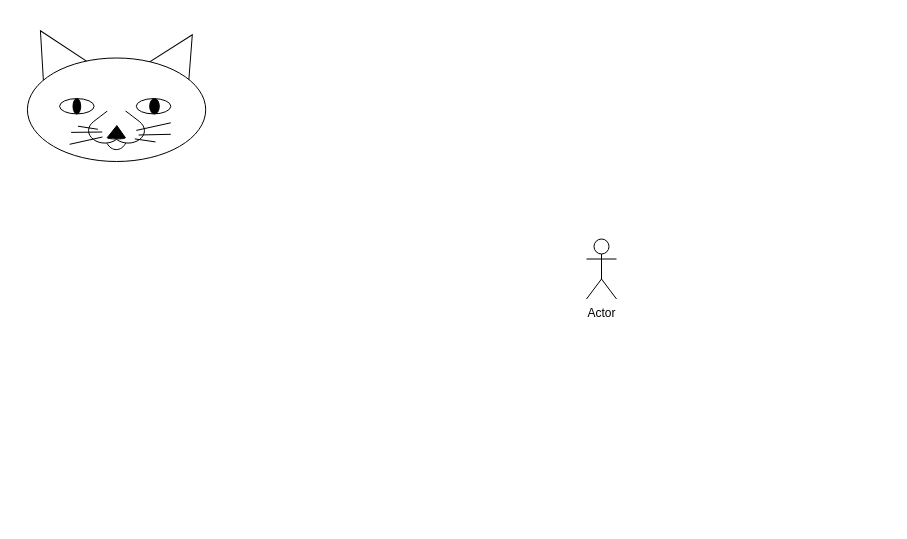
The draw.io diagram cat.drawio in cherju/diagrams, before the edit. Source tidied: cells renumbered, new cells numbered last; positions are measured from the earlier drawing's top-left corner, leaving out a move shared by most shapes. Both pictures are drawn from the tidied source at 100%, with x=0, y=0 at pixel (18, 17).
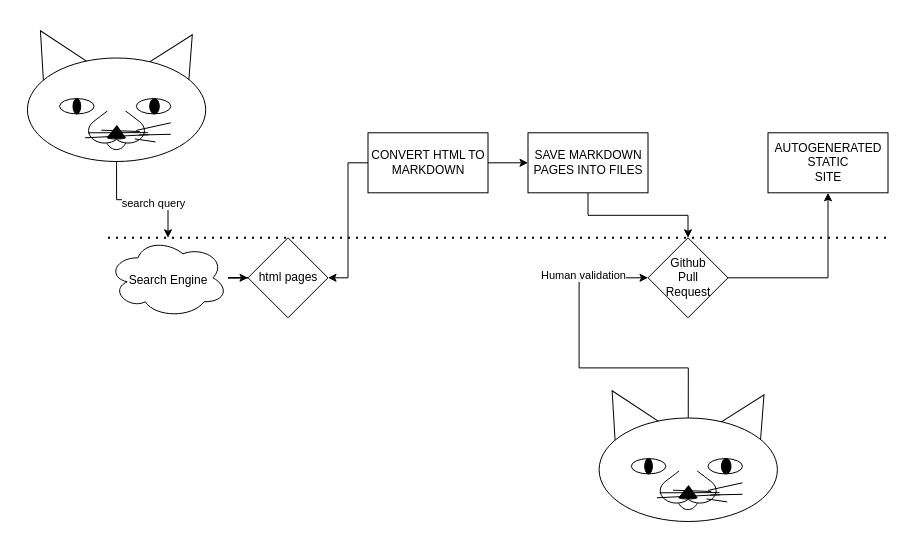
Above is the later version.

Commit message:
Internet parser

The change refers to these unchanged cells:
```xml
<mxCell id="3" style="group;" parent="1" vertex="1">
  <mxGeometry x="-0.5" y="0.3" width="196.5" height="143.7" as="geometry" />
</mxCell>
<mxCell id="6" style="ellipse;whiteSpace=wrap;html=1;" parent="3" vertex="1">
  <mxGeometry x="9.4" y="40.2" width="178.3" height="103.5" as="geometry" />
</mxCell>
```

Diff of the diagram source:
```diff
@@
-    <mxCell id="2" value="Actor" style="shape=umlActor;verticalLabelPosition=bottom;verticalAlign=top;html=1;direction=east;" parent="1" vertex="1">
-      <mxGeometry x="568" y="221.5" width="30" height="60" as="geometry" />
-    </mxCell>
@@
     <mxCell id="18" style="group;flipH=1;flipV=1;rotation=-180;direction=south;" parent="3" vertex="1">
-      <mxGeometry x="53.1" y="95.4" width="19.2" height="34.5" as="geometry" />
+      <mxGeometry x="35.4" y="115.3" width="36.9" height="14.6" as="geometry" />
     </mxCell>
     <mxCell id="19" style="endArrow=none;html=1;rounded=0;" parent="18" edge="1">
       <mxGeometry relative="1" as="geometry">
-        <mxPoint x="31.4" y="23.8" as="sourcePoint" />
-        <mxPoint x="-1.5" y="31.1" as="targetPoint" />
+        <mxPoint x="95.2" y="1.6" as="sourcePoint" />
+        <mxPoint x="31.7" y="4.7" as="targetPoint" />
       </mxGeometry>
     </mxCell>
     <mxCell id="20" style="endArrow=none;html=1;rounded=0;entryX=0.796;entryY=0.741;entryDx=0;entryDy=0;entryPerimeter=0;" parent="18" edge="1">
       <mxGeometry relative="1" as="geometry">
-        <mxPoint x="31.1" y="18.8" as="sourcePoint" />
-        <mxPoint y="19.2" as="targetPoint" />
+        <mxPoint x="94.4" y="-0.5" as="sourcePoint" />
+        <mxPoint x="34.6" y="-0.3" as="targetPoint" />
       </mxGeometry>
     </mxCell>
     <mxCell id="21" style="endArrow=none;html=1;rounded=0;entryX=0.71;entryY=0.815;entryDx=0;entryDy=0;entryPerimeter=0;" parent="18" edge="1">
       <mxGeometry relative="1" as="geometry">
-        <mxPoint x="26.8" y="16.1" as="sourcePoint" />
-        <mxPoint x="6.9" y="13" as="targetPoint" />
+        <mxPoint x="86.3" y="-1.6" as="sourcePoint" />
+        <mxPoint x="47.9" y="-2.9" as="targetPoint" />
       </mxGeometry>
     </mxCell>
+    <mxCell id="22" style="edgeStyle=orthogonalEdgeStyle;rounded=0;jettySize=auto;html=1;" parent="1" edge="1" source="24" target="26">
+      <mxGeometry relative="1" as="geometry" />
+    </mxCell>
+    <mxCell id="23" style="edgeStyle=orthogonalEdgeStyle;rounded=0;jettySize=auto;html=1;entryX=1;entryY=0.5;entryDx=0;entryDy=0;" parent="1" edge="1" source="24" target="27">
+      <mxGeometry relative="1" as="geometry" />
+    </mxCell>
+    <mxCell id="24" value="CONVERT HTML TO MARKDOWN" style="whiteSpace=wrap;html=1;" parent="1" vertex="1">
+      <mxGeometry x="349.5" y="115.3" width="120" height="60" as="geometry" />
+    </mxCell>
+    <mxCell id="25" style="edgeStyle=orthogonalEdgeStyle;rounded=0;jettySize=auto;html=1;" parent="1" edge="1" source="26" target="34">
+      <mxGeometry relative="1" as="geometry" />
+    </mxCell>
+    <mxCell id="26" value="SAVE MARKDOWN PAGES INTO FILES" style="whiteSpace=wrap;html=1;" parent="1" vertex="1">
+      <mxGeometry x="509.5" y="115.3" width="120" height="60" as="geometry" />
+    </mxCell>
+    <mxCell id="27" value="html pages" style="rhombus;whiteSpace=wrap;html=1;" parent="1" vertex="1">
+      <mxGeometry x="229.5" y="220.3" width="80" height="80" as="geometry" />
+    </mxCell>
+    <mxCell id="28" style="edgeStyle=orthogonalEdgeStyle;rounded=0;jettySize=auto;html=1;exitX=0.5;exitY=1;exitDx=0;exitDy=0;" parent="1" edge="1" source="6" target="31">
+      <mxGeometry relative="1" as="geometry" />
+    </mxCell>
+    <mxCell id="29" value="search query" style="edgeLabel;html=1;align=center;verticalAlign=middle;" parent="28" vertex="1">
+      <mxGeometry x="0.18" y="-3" relative="1" as="geometry" />
+    </mxCell>
+    <mxCell id="30" style="edgeStyle=orthogonalEdgeStyle;rounded=0;jettySize=auto;html=1;" parent="1" edge="1" source="31" target="27">
+      <mxGeometry relative="1" as="geometry" />
+    </mxCell>
+    <mxCell id="31" value="&lt;div style=&quot;text-align: left;&quot;&gt;&lt;span style=&quot;background-color: initial;&quot;&gt;&lt;br&gt;&lt;/span&gt;&lt;/div&gt;&lt;div style=&quot;text-align: left;&quot;&gt;&lt;span style=&quot;background-color: initial;&quot;&gt;&lt;br&gt;&lt;/span&gt;&lt;/div&gt;&lt;div style=&quot;text-align: left;&quot;&gt;&lt;span style=&quot;background-color: initial;&quot;&gt;Search Engine&lt;/span&gt;&lt;br&gt;&lt;/div&gt;" style="ellipse;shape=cloud;whiteSpace=wrap;html=1;verticalAlign=top;align=center;" parent="1" vertex="1">
+      <mxGeometry x="89.5" y="220.3" width="120" height="80" as="geometry" />
+    </mxCell>
+    <mxCell id="32" style="endArrow=none;dashed=1;html=1;dashPattern=1 3;strokeWidth=2;rounded=0;" parent="1" edge="1">
+      <mxGeometry relative="1" as="geometry">
+        <mxPoint x="89.5" y="220.3" as="sourcePoint" />
+        <mxPoint x="869.5" y="220.3" as="targetPoint" />
+      </mxGeometry>
+    </mxCell>
+    <mxCell id="33" style="edgeStyle=orthogonalEdgeStyle;rounded=0;jettySize=auto;html=1;entryX=0.5;entryY=1;entryDx=0;entryDy=0;" parent="1" edge="1" source="34" target="56">
+      <mxGeometry relative="1" as="geometry" />
+    </mxCell>
+    <mxCell id="34" value="Github&lt;br&gt;Pull&lt;br&gt;Request" style="rhombus;whiteSpace=wrap;html=1;" parent="1" vertex="1">
+      <mxGeometry x="629.5" y="220.3" width="80" height="80" as="geometry" />
+    </mxCell>
+    <mxCell id="35" style="group;" parent="1" vertex="1">
+      <mxGeometry x="571.2" y="360.3" width="196.5" height="143.7" as="geometry" />
+    </mxCell>
+    <mxCell id="36" style="verticalLabelPosition=bottom;verticalAlign=top;html=1;shape=mxgraph.basic.cone2;dx=0.5;dy=0.9;rotation=31;" parent="35" vertex="1">
+      <mxGeometry x="133.6" y="12.9" width="51.8" height="57.5" as="geometry" />
+    </mxCell>
+    <mxCell id="37" style="verticalLabelPosition=bottom;verticalAlign=top;html=1;shape=mxgraph.basic.cone2;dx=0.5;dy=0.9;rotation=-30;" parent="35" vertex="1">
+      <mxGeometry x="10.9" y="9.1" width="51.8" height="57.5" as="geometry" />
+    </mxCell>
+    <mxCell id="38" style="ellipse;whiteSpace=wrap;html=1;" parent="35" vertex="1">
+      <mxGeometry x="9.4" y="40.2" width="178.3" height="103.5" as="geometry" />
+    </mxCell>
+    <mxCell id="39" style="ellipse;whiteSpace=wrap;html=1;" parent="35" vertex="1">
+      <mxGeometry x="41.6" y="80.8" width="34.5" height="15.3" as="geometry" />
+    </mxCell>
+    <mxCell id="40" style="ellipse;whiteSpace=wrap;html=1;fillColor=#000000;" parent="35" vertex="1">
+      <mxGeometry x="55" y="80.8" width="7.7" height="15.3" as="geometry" />
+    </mxCell>
+    <mxCell id="41" style="ellipse;whiteSpace=wrap;html=1;" parent="35" vertex="1">
+      <mxGeometry x="118.3" y="80.8" width="34.5" height="15.3" as="geometry" />
+    </mxCell>
+    <mxCell id="42" style="ellipse;whiteSpace=wrap;html=1;fillColor=#000000;" parent="35" vertex="1">
+      <mxGeometry x="131.7" y="80.8" width="9.6" height="15.3" as="geometry" />
+    </mxCell>
+    <mxCell id="43" style="verticalLabelPosition=bottom;verticalAlign=top;html=1;shape=mxgraph.basic.heart;rotation=-180;fillColor=#FFFFFF;" parent="35" vertex="1">
+      <mxGeometry x="68.8" y="86.2" width="59.4" height="40.3" as="geometry" />
+    </mxCell>
+    <mxCell id="44" style="verticalLabelPosition=bottom;verticalAlign=top;html=1;shape=mxgraph.basic.arc;startAngle=0.3474883799639614;endAngle=0.649668497640334;" parent="35" vertex="1">
+      <mxGeometry x="86.8" y="101.1" width="23" height="30.7" as="geometry" />
+    </mxCell>
+    <mxCell id="45" style="verticalLabelPosition=bottom;verticalAlign=top;html=1;shape=mxgraph.basic.cone2;dx=0.53;dy=0.9;fillColor=#000000;" parent="35" vertex="1">
+      <mxGeometry x="89.2" y="107.8" width="18.2" height="13.4" as="geometry" />
+    </mxCell>
+    <mxCell id="46" style="verticalLabelPosition=bottom;verticalAlign=top;html=1;shape=mxgraph.basic.cone2;dx=0.53;dy=0.9;fillColor=#FFFFFF;strokeColor=#FFFFFF;" parent="35" vertex="1">
+      <mxGeometry x="89.2" y="81" width="18.2" height="13.4" as="geometry" />
+    </mxCell>
+    <mxCell id="47" style="endArrow=none;html=1;rounded=0;" parent="35" edge="1">
+      <mxGeometry relative="1" as="geometry">
+        <mxPoint x="118.3" y="112.6" as="sourcePoint" />
+        <mxPoint x="152.8" y="105" as="targetPoint" />
+      </mxGeometry>
+    </mxCell>
+    <mxCell id="48" style="endArrow=none;html=1;rounded=0;entryX=0.796;entryY=0.741;entryDx=0;entryDy=0;entryPerimeter=0;" parent="35" edge="1">
+      <mxGeometry relative="1" as="geometry">
+        <mxPoint x="120.6" y="117.2" as="sourcePoint" />
+        <mxPoint x="152.8" y="116.5" as="targetPoint" />
+      </mxGeometry>
+    </mxCell>
+    <mxCell id="49" style="endArrow=none;html=1;rounded=0;entryX=0.71;entryY=0.815;entryDx=0;entryDy=0;entryPerimeter=0;" parent="35" edge="1">
+      <mxGeometry relative="1" as="geometry">
+        <mxPoint x="116.8" y="121.1" as="sourcePoint" />
+        <mxPoint x="137.5" y="124.1" as="targetPoint" />
+      </mxGeometry>
+    </mxCell>
+    <mxCell id="50" style="group;flipH=1;flipV=1;rotation=-180;direction=south;" parent="35" vertex="1">
+      <mxGeometry x="35.4" y="115.3" width="36.9" height="14.6" as="geometry" />
+    </mxCell>
+    <mxCell id="51" style="endArrow=none;html=1;rounded=0;" parent="50" edge="1">
+      <mxGeometry relative="1" as="geometry">
+        <mxPoint x="95.2" y="1.6" as="sourcePoint" />
+        <mxPoint x="31.7" y="4.7" as="targetPoint" />
+      </mxGeometry>
+    </mxCell>
+    <mxCell id="52" style="endArrow=none;html=1;rounded=0;entryX=0.796;entryY=0.741;entryDx=0;entryDy=0;entryPerimeter=0;" parent="50" edge="1">
+      <mxGeometry relative="1" as="geometry">
+        <mxPoint x="94.4" y="-0.5" as="sourcePoint" />
+        <mxPoint x="34.6" y="-0.3" as="targetPoint" />
+      </mxGeometry>
+    </mxCell>
+    <mxCell id="53" style="endArrow=none;html=1;rounded=0;entryX=0.71;entryY=0.815;entryDx=0;entryDy=0;entryPerimeter=0;" parent="50" edge="1">
+      <mxGeometry relative="1" as="geometry">
+        <mxPoint x="86.3" y="-1.6" as="sourcePoint" />
+        <mxPoint x="47.9" y="-2.9" as="targetPoint" />
+      </mxGeometry>
+    </mxCell>
+    <mxCell id="54" style="edgeStyle=orthogonalEdgeStyle;rounded=0;jettySize=auto;html=1;entryX=0;entryY=0.5;entryDx=0;entryDy=0;" parent="1" edge="1" source="38" target="34">
+      <mxGeometry relative="1" as="geometry" />
+    </mxCell>
+    <mxCell id="55" value="Human validation" style="edgeLabel;html=1;align=center;verticalAlign=middle;" parent="54" vertex="1">
+      <mxGeometry x="0.59" y="3" relative="1" as="geometry" />
+    </mxCell>
+    <mxCell id="56" value="AUTOGENERATED&lt;br&gt;STATIC&lt;br&gt;SITE" style="whiteSpace=wrap;html=1;" parent="1" vertex="1">
+      <mxGeometry x="749.5" y="115.3" width="120" height="60" as="geometry" />
+    </mxCell>
```
